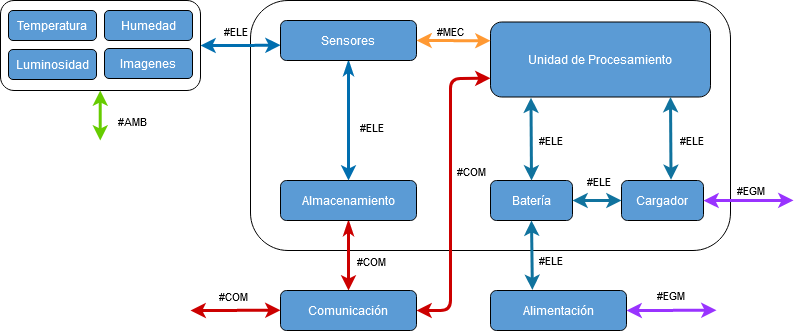
The draw.io diagram Utils/Drawio/EsquemaModular.png in tlondero/Dise-o, before a commit. Source tidied: cells renumbered, new cells last; positions are measured from the earlier drawing's top-left corner, leaving out a move shared by most shapes.
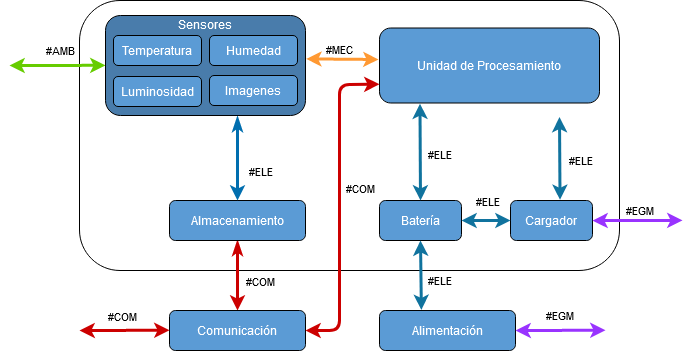
Above is the later version.

Commit message:
Diagrama funcional y DFMEa

Diff of the diagram source:
```diff
@@ -3,21 +3,10 @@
     <mxCell id="0" />
     <mxCell id="1" parent="0" />
     <mxCell id="2" style="rounded=1;whiteSpace=wrap;html=1;fillColor=none;" parent="1" vertex="1">
-      <mxGeometry x="250" width="480" height="250" as="geometry" />
+      <mxGeometry x="190" y="-20" width="540" height="270" as="geometry" />
     </mxCell>
-    <mxCell id="3" style="edgeStyle=orthogonalEdgeStyle;rounded=0;jettySize=auto;html=1;entryX=0.001;entryY=0.616;entryDx=0;entryDy=0;entryPerimeter=0;startArrow=classic;startFill=1;strokeWidth=3;strokeColor=#006EAF;" parent="1" edge="1" source="5" target="13">
-      <mxGeometry relative="1" as="geometry" />
-    </mxCell>
-    <mxCell id="4" value="#ELE" style="edgeLabel;html=1;align=center;verticalAlign=middle;" parent="3" vertex="1">
-      <mxGeometry x="-0.15" y="-1" relative="1" as="geometry">
-        <mxPoint y="-16" as="offset" />
-      </mxGeometry>
-    </mxCell>
-    <mxCell id="5" style="rounded=1;whiteSpace=wrap;html=1;fillColor=none;" parent="1" vertex="1">
-      <mxGeometry width="200" height="90" as="geometry" />
-    </mxCell>
     <mxCell id="6" value="&lt;font color=&quot;#FFFFFF&quot;&gt;Unidad de Procesamiento&lt;/font&gt;" style="rounded=1;whiteSpace=wrap;html=1;fillColor=#5B9BD5;" parent="1" vertex="1">
-      <mxGeometry x="490" y="21.5" width="220" height="75" as="geometry" />
+      <mxGeometry x="490" y="7.5" width="220" height="75" as="geometry" />
     </mxCell>
     <mxCell id="7" style="edgeStyle=orthogonalEdgeStyle;rounded=0;jettySize=auto;html=1;startArrow=classicThin;startFill=1;strokeWidth=3;fillColor=#e51400;strokeColor=#CC0000;" parent="1" edge="1" source="9" target="10">
       <mxGeometry relative="1" as="geometry" />
@@ -33,7 +22,7 @@
     <mxCell id="10" value="&lt;font color=&quot;#ffffff&quot;&gt;Comunicación&lt;/font&gt;" style="rounded=1;whiteSpace=wrap;html=1;fillColor=#5B9BD5;" parent="1" vertex="1">
       <mxGeometry x="280" y="290" width="136" height="40" as="geometry" />
     </mxCell>
-    <mxCell id="11" style="edgeStyle=orthogonalEdgeStyle;rounded=0;jettySize=auto;html=1;startArrow=classicThin;startFill=1;strokeWidth=3;fillColor=#1ba1e2;strokeColor=#006EAF;" parent="1" edge="1" source="13" target="9">
+    <mxCell id="11" style="edgeStyle=orthogonalEdgeStyle;rounded=0;jettySize=auto;html=1;startArrow=classicThin;startFill=1;strokeWidth=3;fillColor=#1ba1e2;strokeColor=#006EAF;exitX=0.66;exitY=1.011;exitDx=0;exitDy=0;exitPerimeter=0;" parent="1" edge="1" source="5" target="9">
       <mxGeometry relative="1" as="geometry" />
     </mxCell>
     <mxCell id="12" value="#ELE" style="edgeLabel;html=1;align=center;verticalAlign=middle;labelBackgroundColor=none;" parent="11" vertex="1">
@@ -41,9 +30,6 @@
         <mxPoint x="20" y="26" as="offset" />
       </mxGeometry>
     </mxCell>
-    <mxCell id="13" value="&lt;font color=&quot;#ffffff&quot;&gt;Sensores&lt;/font&gt;" style="rounded=1;whiteSpace=wrap;html=1;fillColor=#5B9BD5;" parent="1" vertex="1">
-      <mxGeometry x="280" y="20" width="136" height="40" as="geometry" />
-    </mxCell>
     <mxCell id="14" value="&lt;font color=&quot;#ffffff&quot;&gt;Batería&lt;/font&gt;" style="rounded=1;whiteSpace=wrap;html=1;fillColor=#5B9BD5;" parent="1" vertex="1">
       <mxGeometry x="490" y="180" width="82" height="40" as="geometry" />
     </mxCell>
@@ -58,8 +44,10 @@
         <mxPoint x="18" y="-6" as="offset" />
       </mxGeometry>
     </mxCell>
-    <mxCell id="18" style="endArrow=classic;startArrow=classic;html=1;strokeWidth=3;fillColor=#fa6800;exitX=1;exitY=0.5;exitDx=0;exitDy=0;entryX=0;entryY=0.25;entryDx=0;entryDy=0;strokeColor=#FF9933;" parent="1" edge="1" source="13" target="6">
-      <mxGeometry relative="1" as="geometry" />
+    <mxCell id="18" style="endArrow=classic;startArrow=classic;html=1;strokeWidth=3;fillColor=#fa6800;exitX=1.004;exitY=0.434;exitDx=0;exitDy=0;strokeColor=#FF9933;exitPerimeter=0;" parent="1" edge="1" source="5">
+      <mxGeometry relative="1" as="geometry">
+        <mxPoint x="489" y="39" as="targetPoint" />
+      </mxGeometry>
     </mxCell>
     <mxCell id="19" value="#MEC" style="edgeLabel;html=1;align=center;verticalAlign=middle;labelBackgroundColor=none;" parent="18" vertex="1">
       <mxGeometry x="0.54" y="-1" relative="1" as="geometry">
@@ -81,7 +69,7 @@
       <mxGeometry relative="1" as="geometry">
         <Array as="points">
           <mxPoint x="450" y="310" />
-          <mxPoint x="450" y="78" />
+          <mxPoint x="450" y="64" />
         </Array>
       </mxGeometry>
     </mxCell>
@@ -90,15 +78,15 @@
         <mxPoint x="16" y="-108" as="offset" />
       </mxGeometry>
     </mxCell>
-    <mxCell id="24" style="endArrow=classic;startArrow=classic;html=1;strokeWidth=3;fillColor=#d5e8d4;gradientColor=#97d077;strokeColor=#66CC00;exitX=0.5;exitY=1;exitDx=0;exitDy=0;" parent="1" edge="1">
+    <mxCell id="24" style="endArrow=classic;startArrow=classic;html=1;strokeWidth=3;fillColor=#d5e8d4;gradientColor=#97d077;strokeColor=#66CC00;exitX=0;exitY=0.5;exitDx=0;exitDy=0;" parent="1" edge="1">
       <mxGeometry relative="1" as="geometry">
-        <mxPoint x="99.7" y="90" as="sourcePoint" />
-        <mxPoint x="99.7" y="140" as="targetPoint" />
+        <mxPoint x="216" y="44.8" as="sourcePoint" />
+        <mxPoint x="120" y="45" as="targetPoint" />
       </mxGeometry>
     </mxCell>
     <mxCell id="25" value="#AMB" style="edgeLabel;html=1;align=center;verticalAlign=middle;labelBackgroundColor=none;" parent="24" vertex="1">
       <mxGeometry x="-0.23" y="1" relative="1" as="geometry">
-        <mxPoint x="31" y="11" as="offset" />
+        <mxPoint x="-9" y="-16" as="offset" />
       </mxGeometry>
     </mxCell>
     <mxCell id="26" style="endArrow=classic;startArrow=classic;html=1;strokeWidth=3;fillColor=none;entryX=0;entryY=0.5;entryDx=0;entryDy=0;strokeColor=#CC0000;" parent="1" edge="1">
@@ -156,17 +144,26 @@
         <mxPoint x="18" y="-7" as="offset" />
       </mxGeometry>
     </mxCell>
+    <mxCell id="41" style="group;" parent="1" vertex="1">
+      <mxGeometry x="216" y="-6" width="200" height="101" as="geometry" />
+    </mxCell>
+    <mxCell id="5" style="rounded=1;whiteSpace=wrap;html=1;fillColor=#497CAB;" parent="41" vertex="1">
+      <mxGeometry y="1" width="200" height="100" as="geometry" />
+    </mxCell>
-    <mxCell id="37" value="&lt;font color=&quot;#FFFFFF&quot;&gt;Temperatura&lt;/font&gt;" style="rounded=1;whiteSpace=wrap;html=1;fillColor=#5B9BD5;" parent="1" vertex="1">
-      <mxGeometry x="8" y="10" width="88" height="30" as="geometry" />
+    <mxCell id="37" value="&lt;font color=&quot;#FFFFFF&quot;&gt;Temperatura&lt;/font&gt;" style="rounded=1;whiteSpace=wrap;html=1;fillColor=#5B9BD5;" parent="41" vertex="1">
+      <mxGeometry x="8" y="21" width="88" height="30" as="geometry" />
     </mxCell>
-    <mxCell id="38" value="&lt;font color=&quot;#FFFFFF&quot;&gt;Humedad&lt;/font&gt;" style="rounded=1;whiteSpace=wrap;html=1;fillColor=#5B9BD5;" parent="1" vertex="1">
-      <mxGeometry x="104" y="10" width="88" height="30" as="geometry" />
+    <mxCell id="38" value="&lt;font color=&quot;#FFFFFF&quot;&gt;Humedad&lt;/font&gt;" style="rounded=1;whiteSpace=wrap;html=1;fillColor=#5B9BD5;" parent="41" vertex="1">
+      <mxGeometry x="104" y="21" width="88" height="30" as="geometry" />
     </mxCell>
-    <mxCell id="39" value="&lt;font color=&quot;#FFFFFF&quot;&gt;Luminosidad&lt;/font&gt;" style="rounded=1;whiteSpace=wrap;html=1;fillColor=#5B9BD5;" parent="1" vertex="1">
-      <mxGeometry x="8" y="49" width="88" height="30" as="geometry" />
+    <mxCell id="39" value="&lt;font color=&quot;#FFFFFF&quot;&gt;Luminosidad&lt;/font&gt;" style="rounded=1;whiteSpace=wrap;html=1;fillColor=#5B9BD5;" parent="41" vertex="1">
+      <mxGeometry x="8" y="62" width="88" height="30" as="geometry" />
     </mxCell>
-    <mxCell id="40" value="&lt;font color=&quot;#FFFFFF&quot;&gt;Imagenes&lt;/font&gt;" style="rounded=1;whiteSpace=wrap;html=1;fillColor=#5B9BD5;" parent="1" vertex="1">
-      <mxGeometry x="104" y="48" width="88" height="30" as="geometry" />
+    <mxCell id="40" value="&lt;font color=&quot;#FFFFFF&quot;&gt;Imagenes&lt;/font&gt;" style="rounded=1;whiteSpace=wrap;html=1;fillColor=#5B9BD5;" parent="41" vertex="1">
+      <mxGeometry x="104" y="61" width="88" height="30" as="geometry" />
     </mxCell>
+    <mxCell id="13" value="&lt;font color=&quot;#FFFFFF&quot;&gt;&lt;span style=&quot;background-color: transparent&quot;&gt;Sensores&lt;/span&gt;&lt;/font&gt;" style="text;html=1;align=center;verticalAlign=middle;points=[];strokeColor=none;shadow=0;rounded=0;" parent="41" vertex="1">
+      <mxGeometry x="64" width="70" height="20" as="geometry" />
+    </mxCell>
   </root>
 </mxGraphModel>
```
